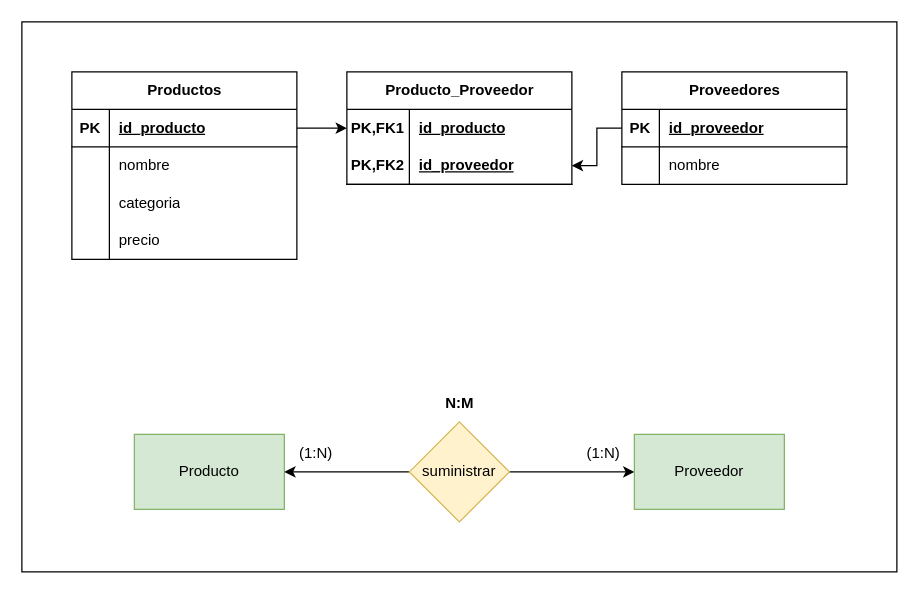
The draw.io diagram DAW/BAE/Unidad-2/Tarea-6/Assets/Diagrams/lista_de_productos.drawio in FJrodafo/University, before the edit. Source tidied: cells renumbered, new cells numbered last; positions are measured from the earlier drawing's top-left corner, leaving out a move shared by most shapes. Both pictures are drawn from the tidied source at 125%, with x=0, y=0 at pixel (21, 21).
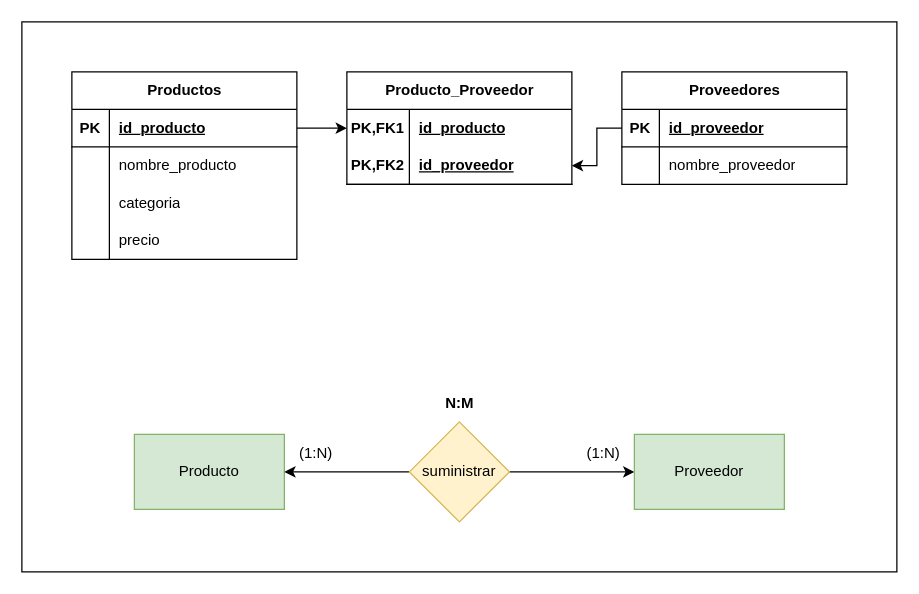
Above is the later version.

Unchanged cells that the change refers to:
```xml
<mxCell id="13" style="shape=tableRow;horizontal=0;startSize=0;swimlaneHead=0;swimlaneBody=0;fillColor=none;top=0;left=0;right=0;bottom=0;" parent="9" vertex="1">
  <mxGeometry y="60" width="180" height="30" as="geometry" />
</mxCell>
<mxCell id="36" style="shape=tableRow;horizontal=0;startSize=0;swimlaneHead=0;swimlaneBody=0;fillColor=none;top=0;left=0;right=0;bottom=0;" parent="32" vertex="1">
  <mxGeometry y="60" width="180" height="30" as="geometry" />
</mxCell>
```

Diff of the diagram source:
```diff
@@
-    <mxCell id="15" value="nombre" style="shape=partialRectangle;fillColor=none;top=0;left=0;bottom=0;right=0;align=left;spacingLeft=6;overflow=hidden;whiteSpace=wrap;html=1;" parent="13" vertex="1">
+    <mxCell id="15" value="nombre_producto" style="shape=partialRectangle;fillColor=none;top=0;left=0;bottom=0;right=0;align=left;spacingLeft=6;overflow=hidden;whiteSpace=wrap;html=1;" parent="13" vertex="1">
       <mxGeometry x="30" width="150" height="30" as="geometry" />
     </mxCell>
@@
-    <mxCell id="38" value="nombre" style="shape=partialRectangle;fillColor=none;top=0;left=0;bottom=0;right=0;align=left;spacingLeft=6;overflow=hidden;whiteSpace=wrap;html=1;" parent="36" vertex="1">
+    <mxCell id="38" value="nombre_proveedor" style="shape=partialRectangle;fillColor=none;top=0;left=0;bottom=0;right=0;align=left;spacingLeft=6;overflow=hidden;whiteSpace=wrap;html=1;" parent="36" vertex="1">
       <mxGeometry x="30" width="150" height="30" as="geometry" />
     </mxCell>
```
